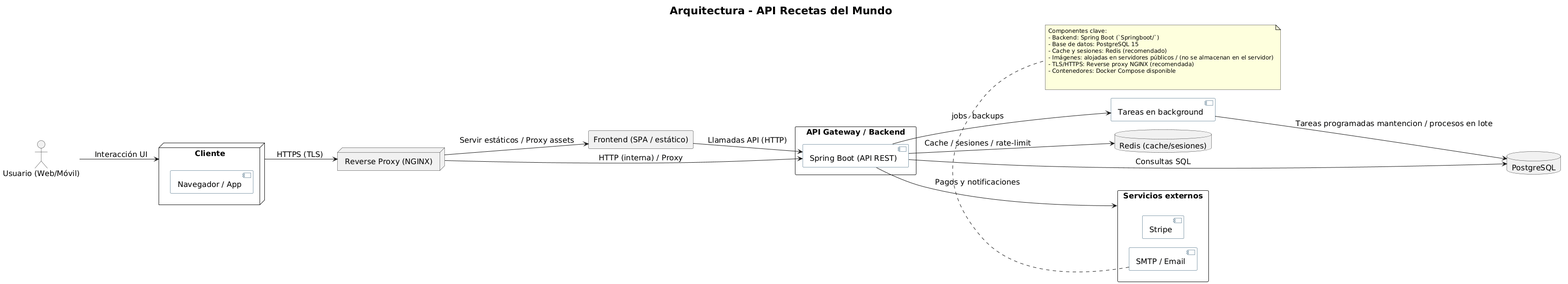
Above: backend/docs/architecture_diagram.png in TioPig/Recetas-Del-Mundo (PlantUML), before the change.
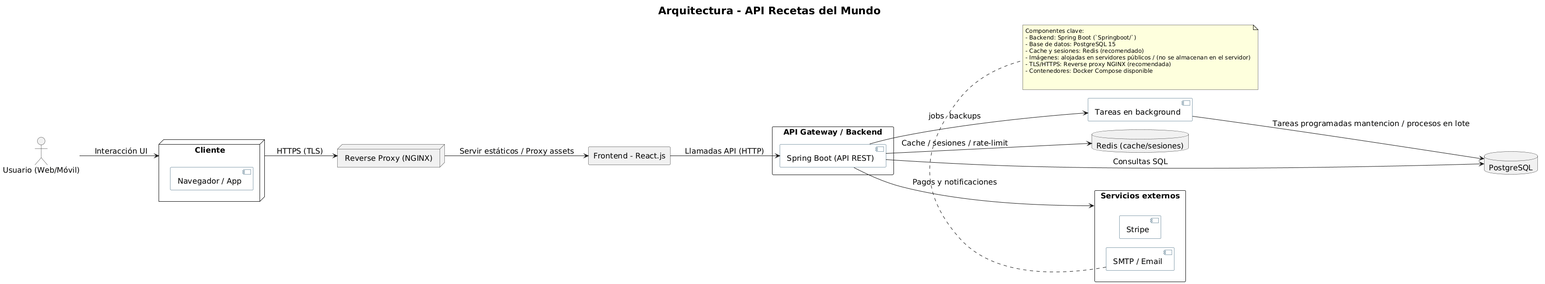
Later version of the same file.

Commit message:
docs: update frontend label and remove nginx->api proxy; regenerate architecture diagram

Change to the diagram source:
```diff
@@ -19,7 +19,7 @@
 
 node "Reverse Proxy (NGINX)" as Nginx
 
-rectangle "Frontend (SPA / estático)" as Frontend
+rectangle "Frontend - React.js" as Frontend
 
 rectangle "API Gateway / Backend" as Backend {
   [Spring Boot (API REST)] as API
@@ -38,7 +38,6 @@
 User --> Client : Interacción UI
 Client --> Nginx : HTTPS (TLS)
 Nginx --> Frontend : Servir estáticos / Proxy assets
-Nginx --> API : HTTP (interna) / Proxy
 Frontend --> API : Llamadas API (HTTP)
 API -down-> PG : Consultas SQL
 API --> Redis : Cache / sesiones / rate-limit
```
